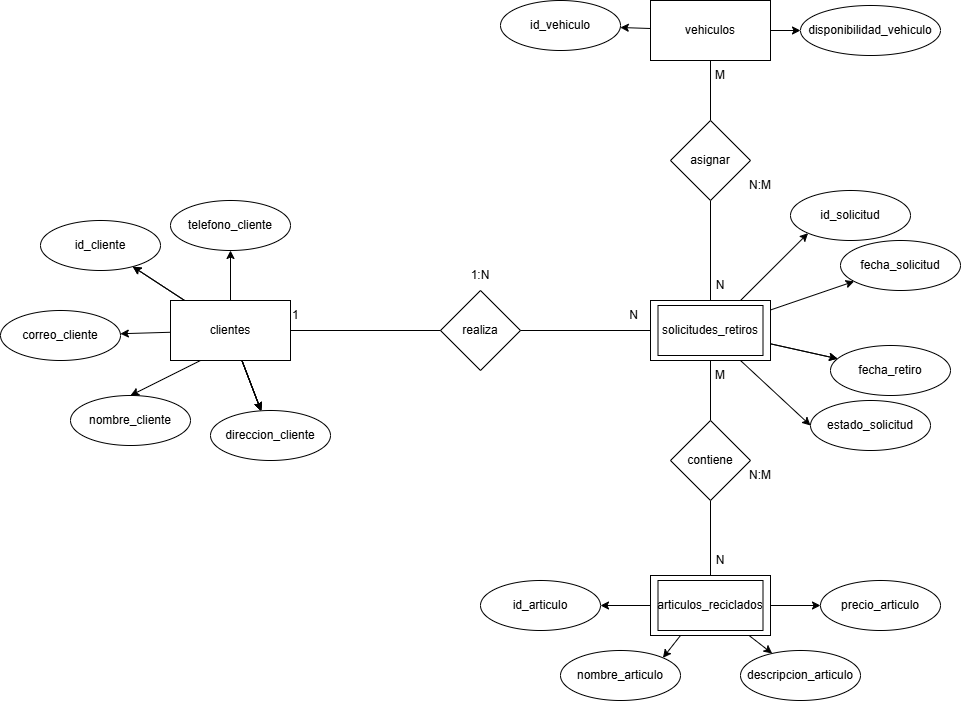
This is eco_electronicos.drawio.png from JATeR912/M5_AE5_ABPRO_Ejercicio-grupal, a draw.io export, as it was before one commit. Source tidied: cells renumbered, new cells last; positions are measured from the earlier drawing's top-left corner, leaving out a move shared by most shapes.
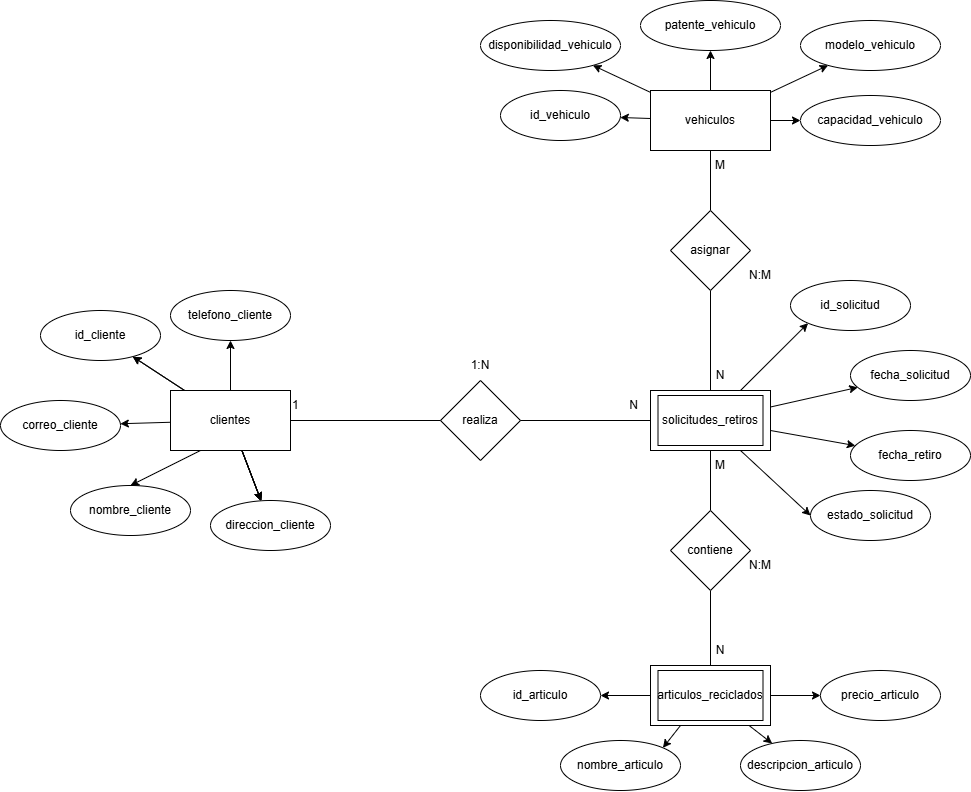
After the change.

Diff of the diagram source:
```diff
@@ -47,12 +47,6 @@
     <mxCell id="16" style="edgeStyle=none;html=1;" parent="1" edge="1" source="19" target="21">
       <mxGeometry relative="1" as="geometry" />
     </mxCell>
-    <mxCell id="17" style="edgeStyle=none;html=1;" parent="1" edge="1" source="19" target="36">
-      <mxGeometry relative="1" as="geometry" />
-    </mxCell>
-    <mxCell id="18" style="edgeStyle=none;html=1;" parent="1" edge="1" source="19" target="36">
-      <mxGeometry relative="1" as="geometry" />
-    </mxCell>
     <mxCell id="19" value="solicitudes_retiros" style="rounded=0;whiteSpace=wrap;html=1;" parent="1" vertex="1">
       <mxGeometry x="650" y="300" width="120" height="60" as="geometry" />
     </mxCell>
@@ -60,7 +54,7 @@
       <mxGeometry x="790" y="190" width="120" height="50" as="geometry" />
     </mxCell>
     <mxCell id="21" value="fecha_solicitud" style="ellipse;whiteSpace=wrap;html=1;" parent="1" vertex="1">
-      <mxGeometry x="840" y="240" width="120" height="50" as="geometry" />
+      <mxGeometry x="850" y="260" width="120" height="50" as="geometry" />
     </mxCell>
     <mxCell id="22" style="edgeStyle=none;html=1;" parent="1" edge="1" source="24" target="25">
       <mxGeometry relative="1" as="geometry" />
@@ -68,6 +62,15 @@
     <mxCell id="23" style="edgeStyle=none;html=1;" parent="1" edge="1" source="24" target="26">
       <mxGeometry relative="1" as="geometry" />
     </mxCell>
+    <mxCell id="61" style="edgeStyle=none;html=1;" parent="1" edge="1" source="24" target="66">
+      <mxGeometry relative="1" as="geometry" />
+    </mxCell>
+    <mxCell id="62" style="edgeStyle=none;html=1;" parent="1" edge="1" source="24" target="67">
+      <mxGeometry relative="1" as="geometry" />
+    </mxCell>
+    <mxCell id="63" style="edgeStyle=none;html=1;entryX=0;entryY=0.5;entryDx=0;entryDy=0;" parent="1" edge="1" source="24" target="65">
+      <mxGeometry relative="1" as="geometry" />
+    </mxCell>
     <mxCell id="24" value="vehiculos" style="rounded=0;whiteSpace=wrap;html=1;" parent="1" vertex="1">
       <mxGeometry x="650" width="120" height="60" as="geometry" />
     </mxCell>
@@ -75,7 +78,7 @@
       <mxGeometry x="500" width="120" height="50" as="geometry" />
     </mxCell>
     <mxCell id="26" value="disponibilidad_vehiculo" style="ellipse;whiteSpace=wrap;html=1;" parent="1" vertex="1">
-      <mxGeometry x="800" y="5" width="140" height="50" as="geometry" />
+      <mxGeometry x="480" y="-70" width="140" height="50" as="geometry" />
     </mxCell>
     <mxCell id="27" style="edgeStyle=none;html=1;" parent="1" edge="1" source="30" target="31">
       <mxGeometry relative="1" as="geometry" />
@@ -105,7 +108,7 @@
       <mxGeometry x="810" y="400" width="120" height="50" as="geometry" />
     </mxCell>
     <mxCell id="36" value="fecha_retiro" style="ellipse;whiteSpace=wrap;html=1;" parent="1" vertex="1">
-      <mxGeometry x="830" y="345" width="120" height="50" as="geometry" />
+      <mxGeometry x="850" y="340" width="120" height="50" as="geometry" />
     </mxCell>
     <mxCell id="37" style="endArrow=classic;html=1;entryX=0.5;entryY=0;entryDx=0;entryDy=0;exitX=0.25;exitY=1;exitDx=0;exitDy=0;" parent="1" edge="1" source="10" target="11">
       <mxGeometry relative="1" as="geometry" />
@@ -154,6 +157,11 @@
     <mxCell id="51" value="N:M" style="text;html=1;align=center;verticalAlign=middle;whiteSpace=wrap;rounded=0;" parent="1" vertex="1">
       <mxGeometry x="730" y="460" width="60" height="30" as="geometry" />
     </mxCell>
+    <mxCell id="64" style="edgeStyle=none;html=1;" parent="1" edge="1" target="36">
+      <mxGeometry relative="1" as="geometry">
+        <mxPoint x="770" y="340" as="sourcePoint" />
+      </mxGeometry>
+    </mxCell>
     <mxCell id="52" style="rounded=0;whiteSpace=wrap;html=1;fillColor=none;" parent="1" vertex="1">
       <mxGeometry x="657.5" y="305" width="105" height="50" as="geometry" />
     </mxCell>
@@ -181,5 +189,14 @@
     <mxCell id="60" value="N" style="text;html=1;align=center;verticalAlign=middle;whiteSpace=wrap;rounded=0;" parent="1" vertex="1">
       <mxGeometry x="690" y="270" width="60" height="30" as="geometry" />
     </mxCell>
+    <mxCell id="65" value="capacidad_vehiculo" style="ellipse;whiteSpace=wrap;html=1;" parent="1" vertex="1">
+      <mxGeometry x="800" y="5" width="140" height="50" as="geometry" />
+    </mxCell>
+    <mxCell id="66" value="patente_vehiculo" style="ellipse;whiteSpace=wrap;html=1;" parent="1" vertex="1">
+      <mxGeometry x="640" y="-90" width="140" height="50" as="geometry" />
+    </mxCell>
+    <mxCell id="67" value="modelo_vehiculo" style="ellipse;whiteSpace=wrap;html=1;" parent="1" vertex="1">
+      <mxGeometry x="800" y="-70" width="140" height="50" as="geometry" />
+    </mxCell>
   </root>
 </mxGraphModel>
```
